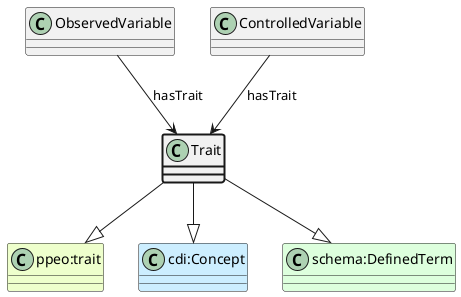
This is ttl_uml/ttl_appn_Trait.png from aus-plant-phenomics-network/appn-schema, a PlantUML export, as it was before one commit.
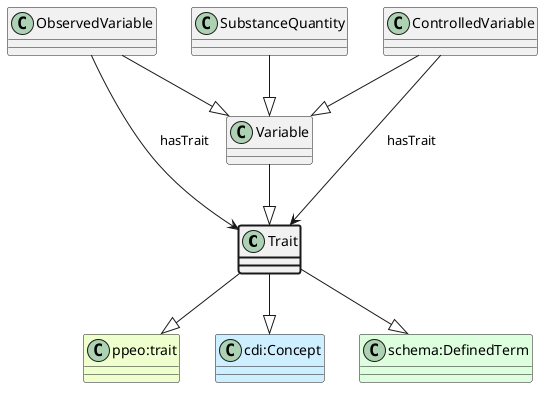
Above is the later version.

Change to the diagram source:
```diff
@@ -10,4 +10,12 @@
 ObservedVariable --> Trait : hasTrait
 class ControlledVariable
 ControlledVariable --> Trait : hasTrait
+class Variable
+class ObservedVariable
+ObservedVariable --|> Variable
+class ControlledVariable
+ControlledVariable --|> Variable
+class SubstanceQuantity
+SubstanceQuantity --|> Variable
+Variable --|> Trait
 @enduml
```
